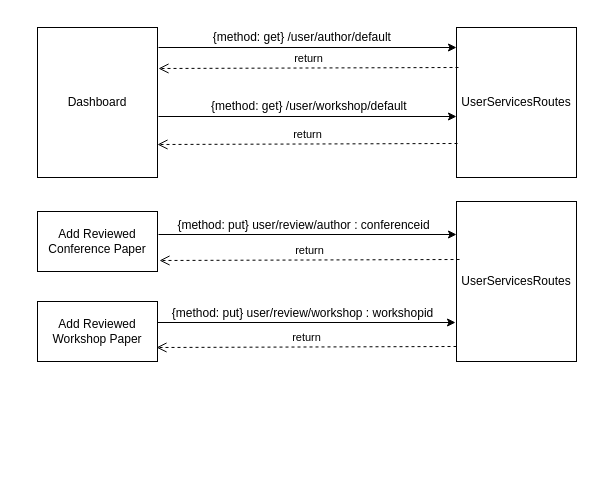
The draw.io diagram page "reviewer-NEW" (7 of 9) of diagrams/Sequence_Restapi.drawio in matthew-sliit/conferencemgtool, before the edit. Source tidied: cells renumbered, new cells numbered last; positions are measured from the earlier drawing's top-left corner, leaving out a move shared by most shapes. Both pictures are drawn from the tidied source at 100%, with x=0, y=0 at pixel (37, 27).
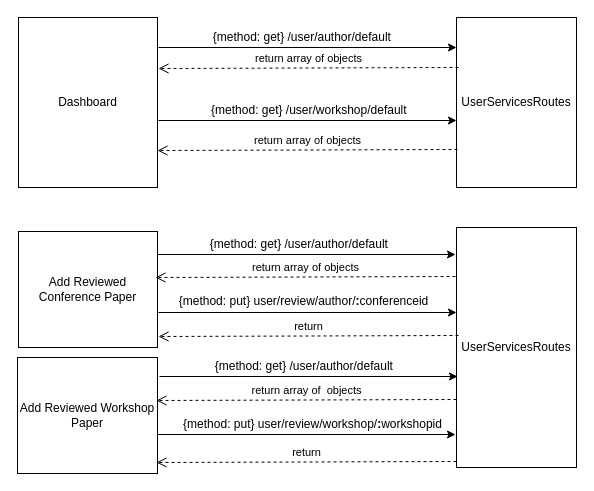
Above is the later version.

Diff of the diagram source:
```diff
@@
     <mxCell id="2" value="Dashboard" style="rounded=0;whiteSpace=wrap;html=1;" parent="1" vertex="1">
-      <mxGeometry width="120" height="150" as="geometry" />
+      <mxGeometry x="-19" y="-10" width="139" height="170" as="geometry" />
     </mxCell>
     <mxCell id="3" value="UserServicesRoutes" style="rounded=0;whiteSpace=wrap;html=1;" parent="1" vertex="1">
-      <mxGeometry x="419" width="120" height="150" as="geometry" />
+      <mxGeometry x="419" y="-10" width="120" height="170" as="geometry" />
     </mxCell>
@@
     <mxCell id="5" value="{method: get} /user/workshop/default&amp;nbsp;" style="text;html=1;align=center;verticalAlign=middle;strokeColor=none;" parent="1" vertex="1">
-      <mxGeometry x="168" y="69" width="210" height="20" as="geometry" />
+      <mxGeometry x="168" y="73" width="210" height="20" as="geometry" />
     </mxCell>
-    <mxCell id="6" value="return" style="html=1;verticalAlign=bottom;endArrow=open;dashed=1;endSize=8;entryX=1;entryY=0.75;entryDx=0;entryDy=0;exitX=0;exitY=0.296;exitDx=0;exitDy=0;exitPerimeter=0;" parent="1" edge="1">
+    <mxCell id="6" value="return array of objects" style="html=1;verticalAlign=bottom;endArrow=open;dashed=1;endSize=8;entryX=1;entryY=0.75;entryDx=0;entryDy=0;exitX=0;exitY=0.296;exitDx=0;exitDy=0;exitPerimeter=0;" parent="1" edge="1">
       <mxGeometry relative="1" as="geometry">
-        <mxPoint x="420" y="116" as="sourcePoint" />
-        <mxPoint x="120" y="117" as="targetPoint" />
+        <mxPoint x="420" y="122" as="sourcePoint" />
+        <mxPoint x="120" y="123" as="targetPoint" />
       </mxGeometry>
     </mxCell>
     <mxCell id="7" style="endArrow=classic;html=1;exitX=1;exitY=0.25;exitDx=0;exitDy=0;entryX=-0.017;entryY=0.46;entryDx=0;entryDy=0;entryPerimeter=0;" parent="1" edge="1">
       <mxGeometry relative="1" as="geometry">
-        <mxPoint x="121" y="89" as="sourcePoint" />
-        <mxPoint x="419" y="89" as="targetPoint" />
+        <mxPoint x="121" y="93" as="sourcePoint" />
+        <mxPoint x="419" y="93" as="targetPoint" />
       </mxGeometry>
     </mxCell>
@@
-    <mxCell id="9" value="return" style="html=1;verticalAlign=bottom;endArrow=open;dashed=1;endSize=8;entryX=1;entryY=0.75;entryDx=0;entryDy=0;exitX=0;exitY=0.296;exitDx=0;exitDy=0;exitPerimeter=0;" parent="1" edge="1">
+    <mxCell id="9" value="return array of objects" style="html=1;verticalAlign=bottom;endArrow=open;dashed=1;endSize=8;entryX=1;entryY=0.75;entryDx=0;entryDy=0;exitX=0;exitY=0.296;exitDx=0;exitDy=0;exitPerimeter=0;" parent="1" edge="1">
       <mxGeometry relative="1" as="geometry">
         <mxPoint x="421" y="40" as="sourcePoint" />
         <mxPoint x="121" y="41" as="targetPoint" />
       </mxGeometry>
     </mxCell>
     <mxCell id="10" value="Add Reviewed Conference Paper" style="rounded=0;whiteSpace=wrap;html=1;" parent="1" vertex="1">
-      <mxGeometry y="184" width="120" height="60" as="geometry" />
+      <mxGeometry x="-19" y="204" width="139" height="116" as="geometry" />
     </mxCell>
     <mxCell id="11" value="UserServicesRoutes" style="rounded=0;whiteSpace=wrap;html=1;" parent="1" vertex="1">
-      <mxGeometry x="419" y="174" width="120" height="160" as="geometry" />
+      <mxGeometry x="419" y="200" width="120" height="240" as="geometry" />
     </mxCell>
     <mxCell id="12" style="endArrow=classic;html=1;exitX=1;exitY=0.25;exitDx=0;exitDy=0;entryX=-0.017;entryY=0.46;entryDx=0;entryDy=0;entryPerimeter=0;" parent="1" edge="1">
       <mxGeometry relative="1" as="geometry">
-        <mxPoint x="121" y="207" as="sourcePoint" />
-        <mxPoint x="419" y="207" as="targetPoint" />
+        <mxPoint x="121" y="285" as="sourcePoint" />
+        <mxPoint x="419" y="285" as="targetPoint" />
       </mxGeometry>
     </mxCell>
-    <mxCell id="13" value="{method: put} user/review/author : conferenceid" style="text;html=1;align=center;verticalAlign=middle;strokeColor=none;" parent="1" vertex="1">
-      <mxGeometry x="131" y="188" width="270" height="20" as="geometry" />
+    <mxCell id="13" value="{method: put} user/review/author/&lt;b&gt;:&lt;/b&gt;conferenceid" style="text;html=1;align=center;verticalAlign=middle;strokeColor=none;" parent="1" vertex="1">
+      <mxGeometry x="131" y="264" width="270" height="20" as="geometry" />
     </mxCell>
     <mxCell id="14" value="Add Reviewed Workshop Paper" style="rounded=0;whiteSpace=wrap;html=1;" parent="1" vertex="1">
-      <mxGeometry y="274" width="120" height="60" as="geometry" />
+      <mxGeometry x="-20" y="330" width="140" height="116" as="geometry" />
     </mxCell>
     <mxCell id="15" style="endArrow=classic;html=1;exitX=1;exitY=0.25;exitDx=0;exitDy=0;entryX=-0.017;entryY=0.46;entryDx=0;entryDy=0;entryPerimeter=0;" parent="1" edge="1">
       <mxGeometry relative="1" as="geometry">
-        <mxPoint x="120" y="295" as="sourcePoint" />
-        <mxPoint x="418" y="295" as="targetPoint" />
+        <mxPoint x="120" y="407" as="sourcePoint" />
+        <mxPoint x="418" y="407" as="targetPoint" />
       </mxGeometry>
     </mxCell>
-    <mxCell id="16" value="{method: put} user/review/workshop : workshopid" style="text;html=1;align=center;verticalAlign=middle;strokeColor=none;" parent="1" vertex="1">
-      <mxGeometry x="125" y="276" width="280" height="20" as="geometry" />
+    <mxCell id="16" value="{method: put} user/review/workshop/&lt;b&gt;:&lt;/b&gt;workshopid" style="text;html=1;align=center;verticalAlign=middle;strokeColor=none;" parent="1" vertex="1">
+      <mxGeometry x="140" y="387" width="270" height="20" as="geometry" />
     </mxCell>
     <mxCell id="17" value="return" style="html=1;verticalAlign=bottom;endArrow=open;dashed=1;endSize=8;entryX=1;entryY=0.75;entryDx=0;entryDy=0;exitX=0;exitY=0.296;exitDx=0;exitDy=0;exitPerimeter=0;" parent="1" edge="1">
       <mxGeometry relative="1" as="geometry">
-        <mxPoint x="422" y="232" as="sourcePoint" />
-        <mxPoint x="122" y="233" as="targetPoint" />
+        <mxPoint x="421" y="308" as="sourcePoint" />
+        <mxPoint x="121" y="309" as="targetPoint" />
       </mxGeometry>
     </mxCell>
     <mxCell id="18" value="return" style="html=1;verticalAlign=bottom;endArrow=open;dashed=1;endSize=8;entryX=1;entryY=0.75;entryDx=0;entryDy=0;exitX=0;exitY=0.296;exitDx=0;exitDy=0;exitPerimeter=0;" parent="1" edge="1">
       <mxGeometry relative="1" as="geometry">
-        <mxPoint x="419" y="319" as="sourcePoint" />
-        <mxPoint x="119" y="320" as="targetPoint" />
+        <mxPoint x="419" y="434" as="sourcePoint" />
+        <mxPoint x="119" y="435" as="targetPoint" />
       </mxGeometry>
     </mxCell>
+    <mxCell id="19" value="return array of&amp;nbsp; objects" style="html=1;verticalAlign=bottom;endArrow=open;dashed=1;endSize=8;entryX=1;entryY=0.75;entryDx=0;entryDy=0;exitX=0;exitY=0.296;exitDx=0;exitDy=0;exitPerimeter=0;" parent="1" edge="1">
+      <mxGeometry relative="1" as="geometry">
+        <mxPoint x="419" y="372" as="sourcePoint" />
+        <mxPoint x="119" y="373" as="targetPoint" />
+      </mxGeometry>
+    </mxCell>
+    <mxCell id="20" value="{method: get} /user/author/default&amp;nbsp;" style="text;html=1;align=center;verticalAlign=middle;strokeColor=none;" parent="1" vertex="1">
+      <mxGeometry x="168" y="329" width="200" height="20" as="geometry" />
+    </mxCell>
+    <mxCell id="21" style="endArrow=classic;html=1;exitX=1;exitY=0.25;exitDx=0;exitDy=0;entryX=-0.017;entryY=0.46;entryDx=0;entryDy=0;entryPerimeter=0;" parent="1" edge="1">
+      <mxGeometry relative="1" as="geometry">
+        <mxPoint x="122" y="349" as="sourcePoint" />
+        <mxPoint x="420" y="349" as="targetPoint" />
+      </mxGeometry>
+    </mxCell>
+    <mxCell id="22" value="{method: get} /user/author/default&amp;nbsp;" style="text;html=1;align=center;verticalAlign=middle;strokeColor=none;" parent="1" vertex="1">
+      <mxGeometry x="163" y="207" width="200" height="20" as="geometry" />
+    </mxCell>
+    <mxCell id="23" style="endArrow=classic;html=1;exitX=1;exitY=0.25;exitDx=0;exitDy=0;entryX=-0.017;entryY=0.46;entryDx=0;entryDy=0;entryPerimeter=0;" parent="1" edge="1">
+      <mxGeometry relative="1" as="geometry">
+        <mxPoint x="120" y="227" as="sourcePoint" />
+        <mxPoint x="418" y="227" as="targetPoint" />
+      </mxGeometry>
+    </mxCell>
+    <mxCell id="24" value="return array of objects" style="html=1;verticalAlign=bottom;endArrow=open;dashed=1;endSize=8;entryX=1;entryY=0.75;entryDx=0;entryDy=0;exitX=0;exitY=0.296;exitDx=0;exitDy=0;exitPerimeter=0;" parent="1" edge="1">
+      <mxGeometry relative="1" as="geometry">
+        <mxPoint x="418" y="249" as="sourcePoint" />
+        <mxPoint x="118" y="250" as="targetPoint" />
+      </mxGeometry>
+    </mxCell>
```
